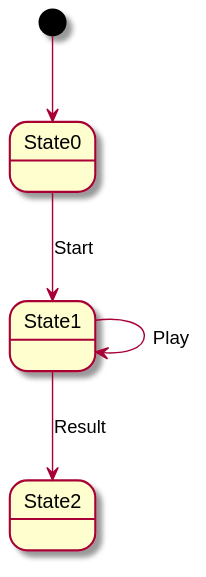
The PlantUML diagram build/docs/asciidoc/images/diagramaContexto.svg in x-USantaTecla-game-ticTacToe/requirements, before a commit. The source it was exported from:
```plantuml
@startuml

[*] --> State0
State0 --> State1 : Start
State1 --> State1 : Play
State1 --> State2 : Result
@enduml
```
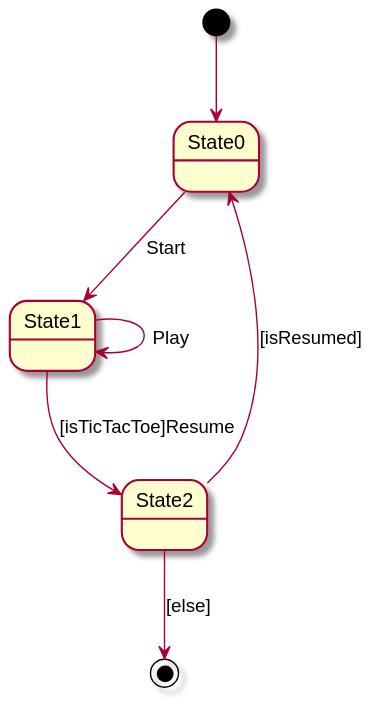
The same diagram one commit later.

Commit message:
Add Resume state

Diff of the diagram source:
```diff
@@ -3,5 +3,7 @@
 [*] --> State0
 State0 --> State1 : Start
 State1 --> State1 : Play
-State1 --> State2 : Result
+State1 --> State2 : [isTicTacToe]Resume
+State2 --> State0 : [isResumed]
+State2 --> [*] : [else]
 @enduml
```
